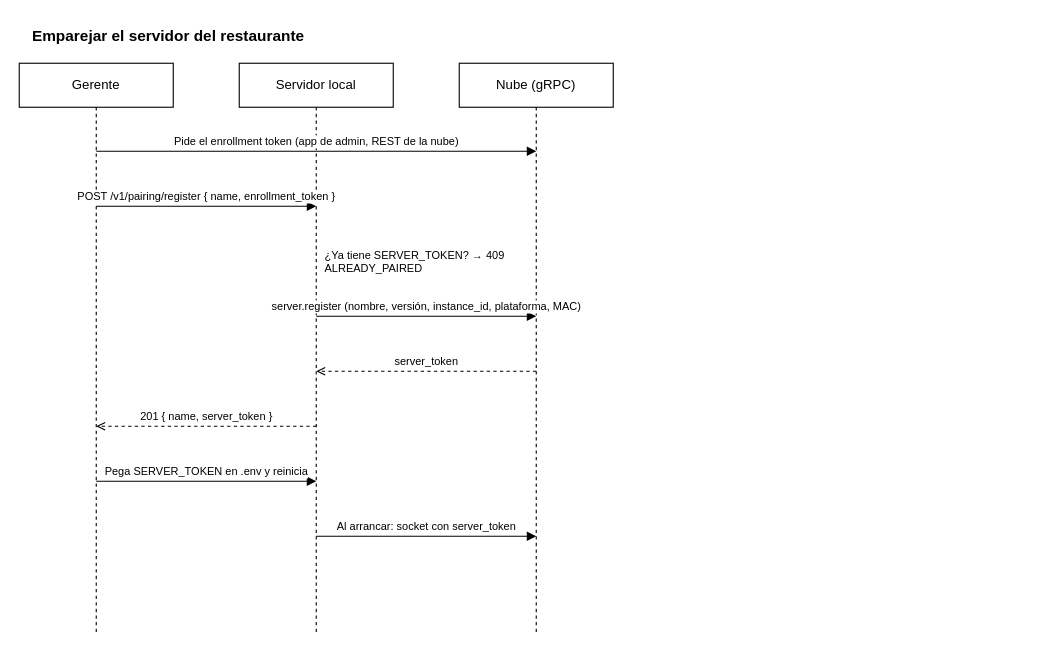
Andry510/miyabi-restaurant-server keeps this draw.io diagram as documents/diagrams/sequences/server-pairing.drawio. Above is the earlier version. Source tidied: cells renumbered, new cells numbered last; positions are measured from the earlier drawing's top-left corner, leaving out a move shared by most shapes. Both pictures are drawn from the tidied source at 110%, with x=0, y=0 at pixel (19, 19).
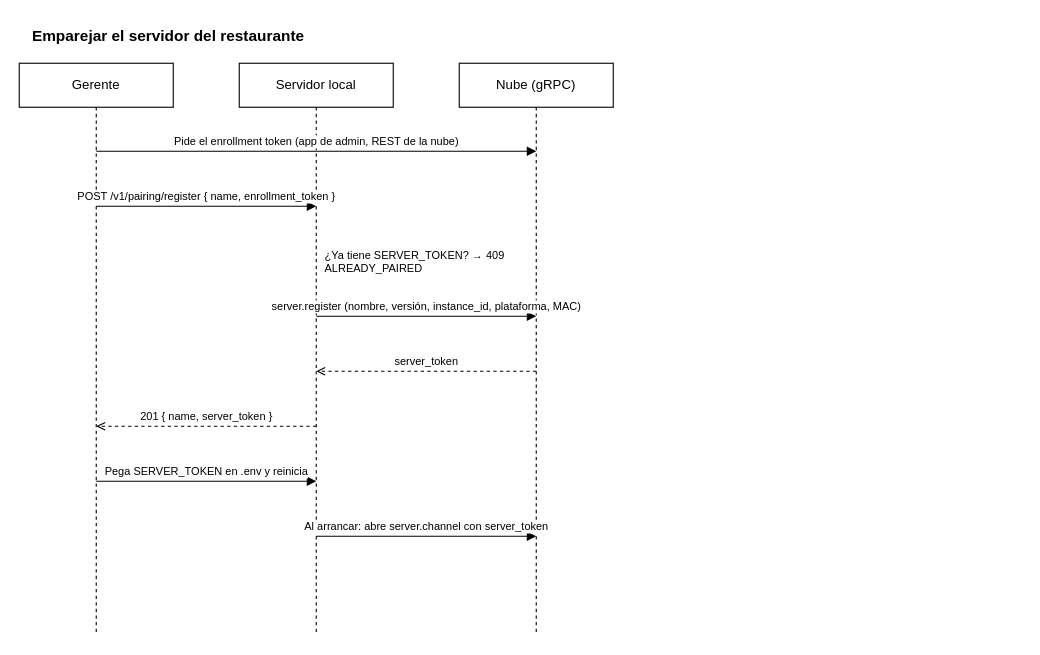
After the change.

Commit message (it also covers changes not shown here):
feature(docs): document the grpc channel with the cloud and update the sequence diagrams

Diff of the diagram source:
```diff
@@
-    <mxCell id="13" value="Al arrancar: socket con server_token" style="html=1;verticalAlign=bottom;endArrow=block;fontSize=10;" parent="1" edge="1">
+    <mxCell id="13" value="Al arrancar: abre server.channel con server_token" style="html=1;verticalAlign=bottom;endArrow=block;fontSize=10;" parent="1" edge="1">
       <mxGeometry relative="1" as="geometry">
         <mxPoint x="270" y="470" as="sourcePoint" />
         <mxPoint x="470" y="470" as="targetPoint" />
       </mxGeometry>
     </mxCell>
```
